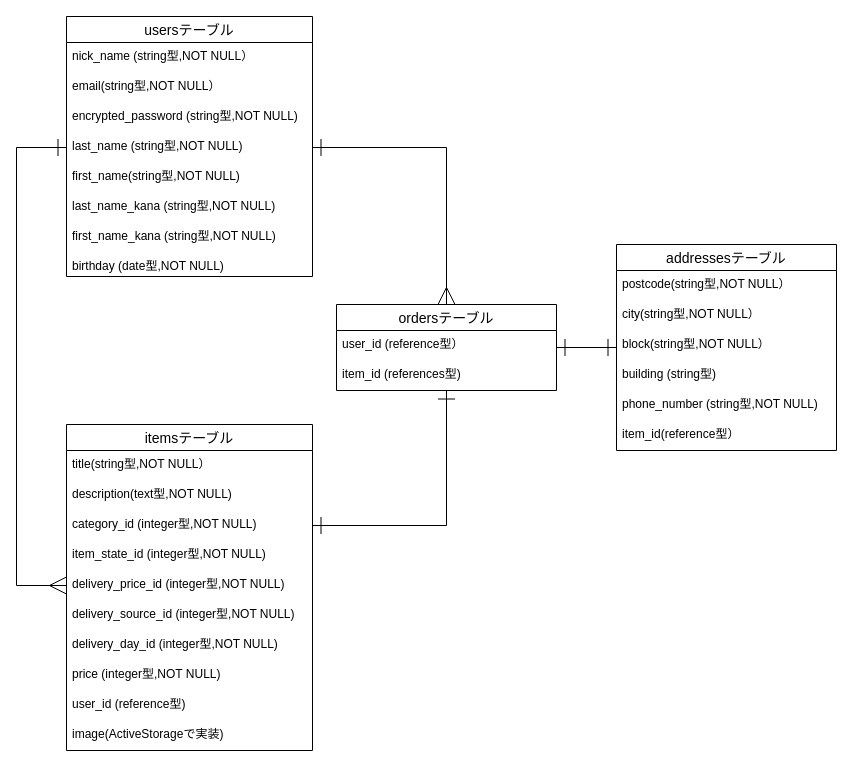
Above: frima.dio in kanix2020/furima-34021 (draw.io), before the change. Source tidied: cells renumbered, new cells numbered last; positions are measured from the earlier drawing's top-left corner, leaving out a move shared by most shapes. Both pictures are drawn from the tidied source at 100%, with x=0, y=0 at pixel (16, 16).
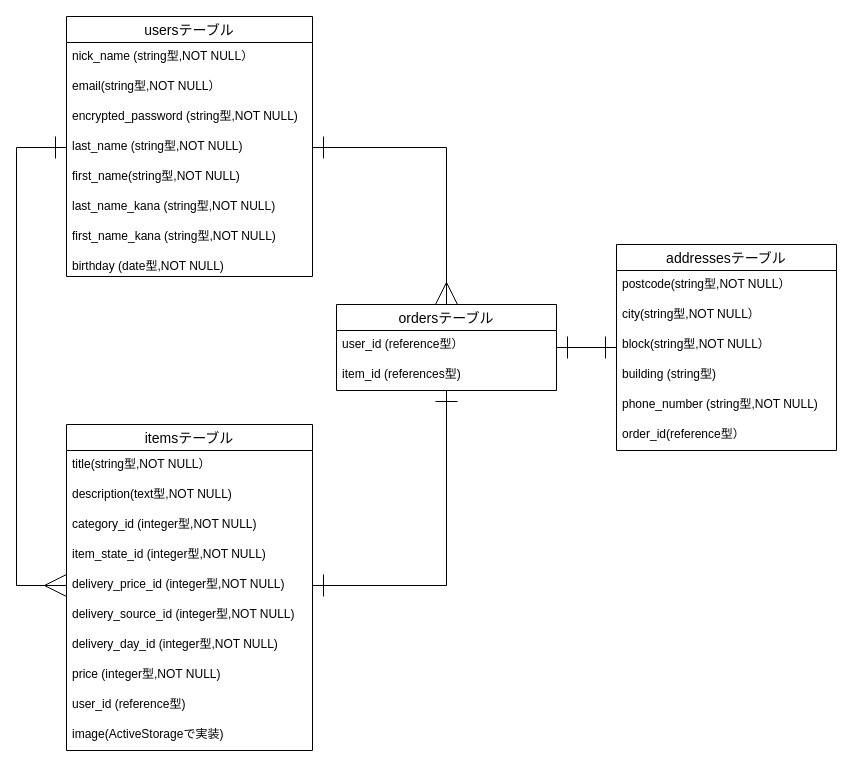
The same diagram, later.

Commit message (it also covers changes not shown here):
ER図・READMEの修正５

Unchanged cells that the change refers to:
```xml
<mxCell id="6" value="last_name (string型,NOT NULL)" style="text;strokeColor=none;fillColor=none;spacingLeft=4;spacingRight=4;overflow=hidden;points=[[0,0.5],[1,0.5]];portConstraint=eastwest;fontSize=12;" parent="2" vertex="1">
  <mxGeometry y="116" width="246" height="30" as="geometry" />
</mxCell>
<mxCell id="15" value="category_id (integer型,NOT NULL)" style="text;strokeColor=none;fillColor=none;spacingLeft=4;spacingRight=4;overflow=hidden;points=[[0,0.5],[1,0.5]];portConstraint=eastwest;fontSize=12;" parent="12" vertex="1">
  <mxGeometry y="86" width="246" height="30" as="geometry" />
</mxCell>
<mxCell id="17" value="delivery_price_id (integer型,NOT NULL)" style="text;strokeColor=none;fillColor=none;spacingLeft=4;spacingRight=4;overflow=hidden;points=[[0,0.5],[1,0.5]];portConstraint=eastwest;fontSize=12;" parent="12" vertex="1">
  <mxGeometry y="146" width="246" height="30" as="geometry" />
</mxCell>
<mxCell id="24" value="addressesテーブル" style="swimlane;fontStyle=0;horizontal=1;startSize=26;align=center;fontSize=14;" parent="1" vertex="1">
  <mxGeometry x="600" y="228" width="220" height="206" as="geometry" />
</mxCell>
<mxCell id="32" value="ordersテーブル" style="swimlane;fontStyle=0;horizontal=1;startSize=26;align=center;fontSize=14;" parent="1" vertex="1">
  <mxGeometry x="320" y="288" width="220" height="86" as="geometry" />
</mxCell>
```

Diff of the diagram source:
```diff
@@
-    <mxCell id="11" style="edgeStyle=orthogonalEdgeStyle;rounded=0;jettySize=auto;html=1;startArrow=ERmany;startFill=0;endArrow=ERone;endFill=0;exitX=0;exitY=0.5;exitDx=0;exitDy=0;strokeWidth=1;endSize=15;startSize=15;entryX=0;entryY=0.5;entryDx=0;entryDy=0;" parent="1" edge="1" source="17" target="6">
+    <mxCell id="11" style="edgeStyle=orthogonalEdgeStyle;rounded=0;jettySize=auto;html=1;startArrow=ERmany;startFill=0;endArrow=ERone;endFill=0;exitX=0;exitY=0.5;exitDx=0;exitDy=0;strokeWidth=1;endSize=20;startSize=20;entryX=0;entryY=0.5;entryDx=0;entryDy=0;" parent="1" edge="1" source="17" target="6">
       <mxGeometry relative="1" as="geometry">
         <Array as="points">
           <mxPoint y="569" />
           <mxPoint y="131" />
         </Array>
       </mxGeometry>
     </mxCell>
@@
-    <mxCell id="23" style="edgeStyle=orthogonalEdgeStyle;rounded=0;jettySize=auto;html=1;entryX=1;entryY=0.5;entryDx=0;entryDy=0;startArrow=ERone;startFill=0;endArrow=ERone;endFill=0;strokeWidth=1;endSize=15;startSize=15;" parent="1" edge="1" source="24" target="32">
+    <mxCell id="23" style="edgeStyle=orthogonalEdgeStyle;rounded=0;jettySize=auto;html=1;entryX=1;entryY=0.5;entryDx=0;entryDy=0;startArrow=ERone;startFill=0;endArrow=ERone;endFill=0;strokeWidth=1;endSize=20;startSize=20;" parent="1" edge="1" source="24" target="32">
       <mxGeometry relative="1" as="geometry" />
     </mxCell>
@@
-    <mxCell id="30" value="item_id(reference型）&#10;" style="text;strokeColor=none;fillColor=none;spacingLeft=4;spacingRight=4;overflow=hidden;fontSize=12;" parent="24" vertex="1">
+    <mxCell id="30" value="order_id(reference型）&#10;" style="text;strokeColor=none;fillColor=none;spacingLeft=4;spacingRight=4;overflow=hidden;fontSize=12;" parent="24" vertex="1">
       <mxGeometry y="176" width="220" height="30" as="geometry" />
     </mxCell>
-    <mxCell id="31" style="edgeStyle=orthogonalEdgeStyle;rounded=0;jettySize=auto;html=1;entryX=1;entryY=0.5;entryDx=0;entryDy=0;startArrow=ERone;startFill=0;endArrow=ERone;endFill=0;strokeWidth=1;endSize=15;startSize=15;" parent="1" edge="1" source="32" target="15">
-      <mxGeometry relative="1" as="geometry" />
+    <mxCell id="31" style="edgeStyle=orthogonalEdgeStyle;rounded=0;jettySize=auto;html=1;entryX=1;entryY=0.5;entryDx=0;entryDy=0;startArrow=ERone;startFill=0;endArrow=ERone;endFill=0;strokeWidth=1;endSize=20;startSize=20;" parent="1" edge="1" source="32" target="17">
+      <mxGeometry relative="1" as="geometry">
+        <Array as="points">
+          <mxPoint x="430" y="569" />
+        </Array>
+      </mxGeometry>
     </mxCell>
@@
-    <mxCell id="35" style="edgeStyle=orthogonalEdgeStyle;rounded=0;jettySize=auto;html=1;entryX=1;entryY=0.5;entryDx=0;entryDy=0;startArrow=ERmany;startFill=0;endArrow=ERone;endFill=0;exitX=0.5;exitY=0;exitDx=0;exitDy=0;strokeWidth=1;endSize=15;startSize=15;" parent="1" edge="1" source="32" target="6">
+    <mxCell id="35" style="edgeStyle=orthogonalEdgeStyle;rounded=0;jettySize=auto;html=1;entryX=1;entryY=0.5;entryDx=0;entryDy=0;startArrow=ERmany;startFill=0;endArrow=ERone;endFill=0;exitX=0.5;exitY=0;exitDx=0;exitDy=0;strokeWidth=1;endSize=20;startSize=20;" parent="1" edge="1" source="32" target="6">
       <mxGeometry relative="1" as="geometry" />
     </mxCell>
```
